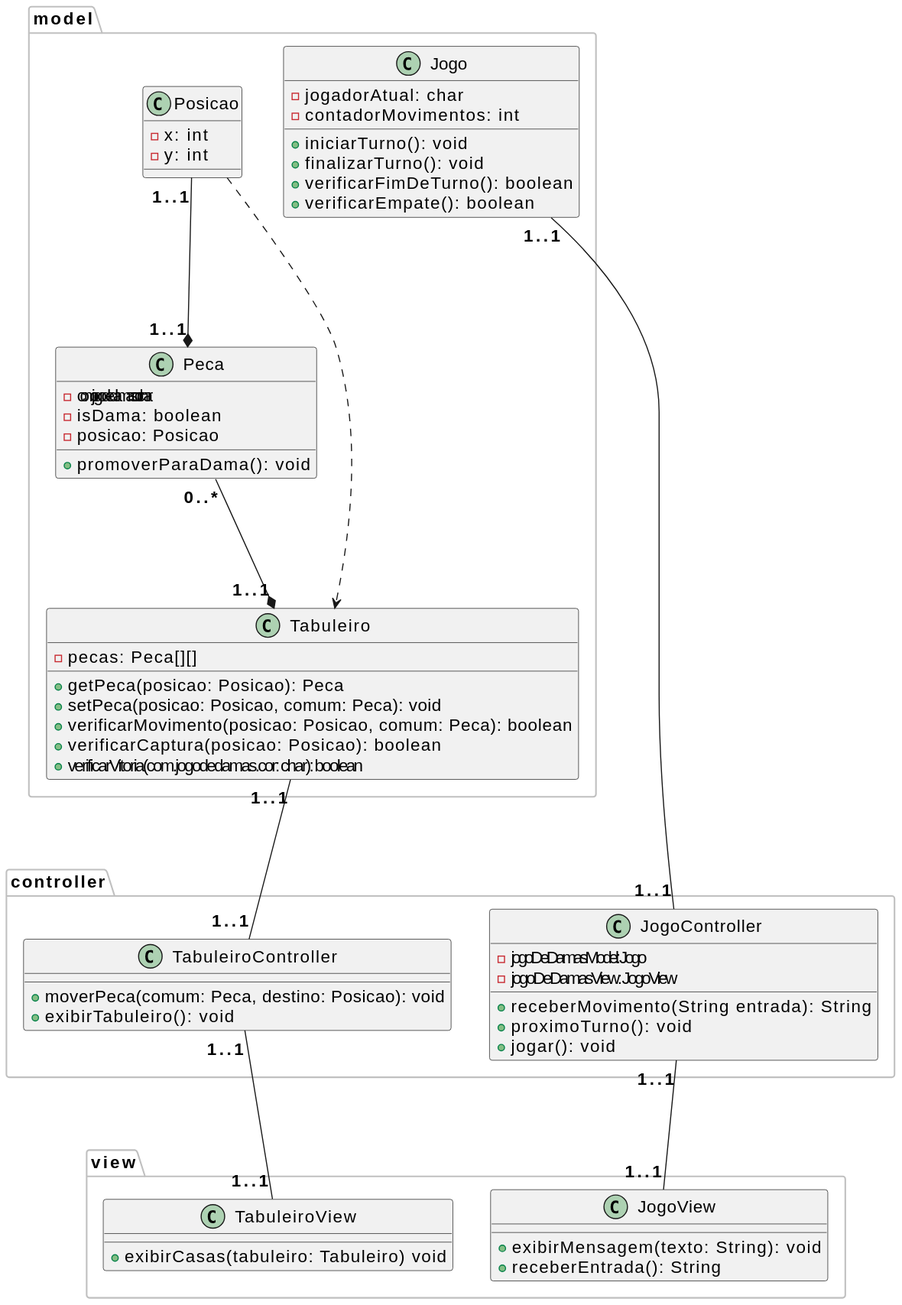
Before: docs/diagrams/out/classes/Classes.svg, a diagram exported from PlantUML (carlos-e-araujo/jogo-de-damas). Its diagram source:
```plantuml
@startuml
skinparam ArrowFontStyle bold
skinparam PackageBorderColor #C0C0C0
skinparam DefaultFontSize 16

package model {
    class Tabuleiro {
        -pecas: Peca[][]

        +getPeca(posicao: Posicao): Peca
        +setPeca(posicao: Posicao, peca: Peca): void
        +verificarMovimento(posicao: Posicao, peca: Peca): boolean
        +verificarCaptura(posicao: Posicao): boolean
        +verificarVitoria(cor: char): boolean
    }

    class Posicao {
        -x: int
        -y: int
    }

    class Peca {
        -cor: char
        -isDama: boolean
        -posicao: Posicao

        +promoverParaDama(): void
    }

    class Jogo {
        -jogadorAtual: char
        -contadorMovimentos: int

        +iniciarTurno(): void
        +finalizarTurno(): void
        +verificarFimDeTurno(): boolean
        +verificarEmpate(): boolean
    }
}

package controller {
    class JogoController {
        -jogoModel: Jogo
        -jogoView: JogoView

        +receberMovimento(String entrada): String
        +proximoTurno(): void
        +jogar(): void
    }

    class TabuleiroController {
        +moverPeca(peca: Peca, destino: Posicao): void
        +exibirTabuleiro(): void
    }
}

package view {
    class TabuleiroView {
        +exibirCasas(tabuleiro: Tabuleiro) void
    }

    class JogoView {
        +exibirMensagem(texto: String): void
        +receberEntrada(): String
    }
}

model.Posicao "1..1" ---* "1..1" model.Peca
model.Peca "0..*" ---* "1..1" model.Tabuleiro
model.Posicao ...> model.Tabuleiro
model.Tabuleiro "1..1" --- "1..1" controller.TabuleiroController
model.Jogo "1..1" --- "1..1" controller.JogoController
controller.TabuleiroController "1..1" --- "1..1" view.TabuleiroView
controller.JogoController "1..1" --- "1..1" view.JogoView
@enduml
```
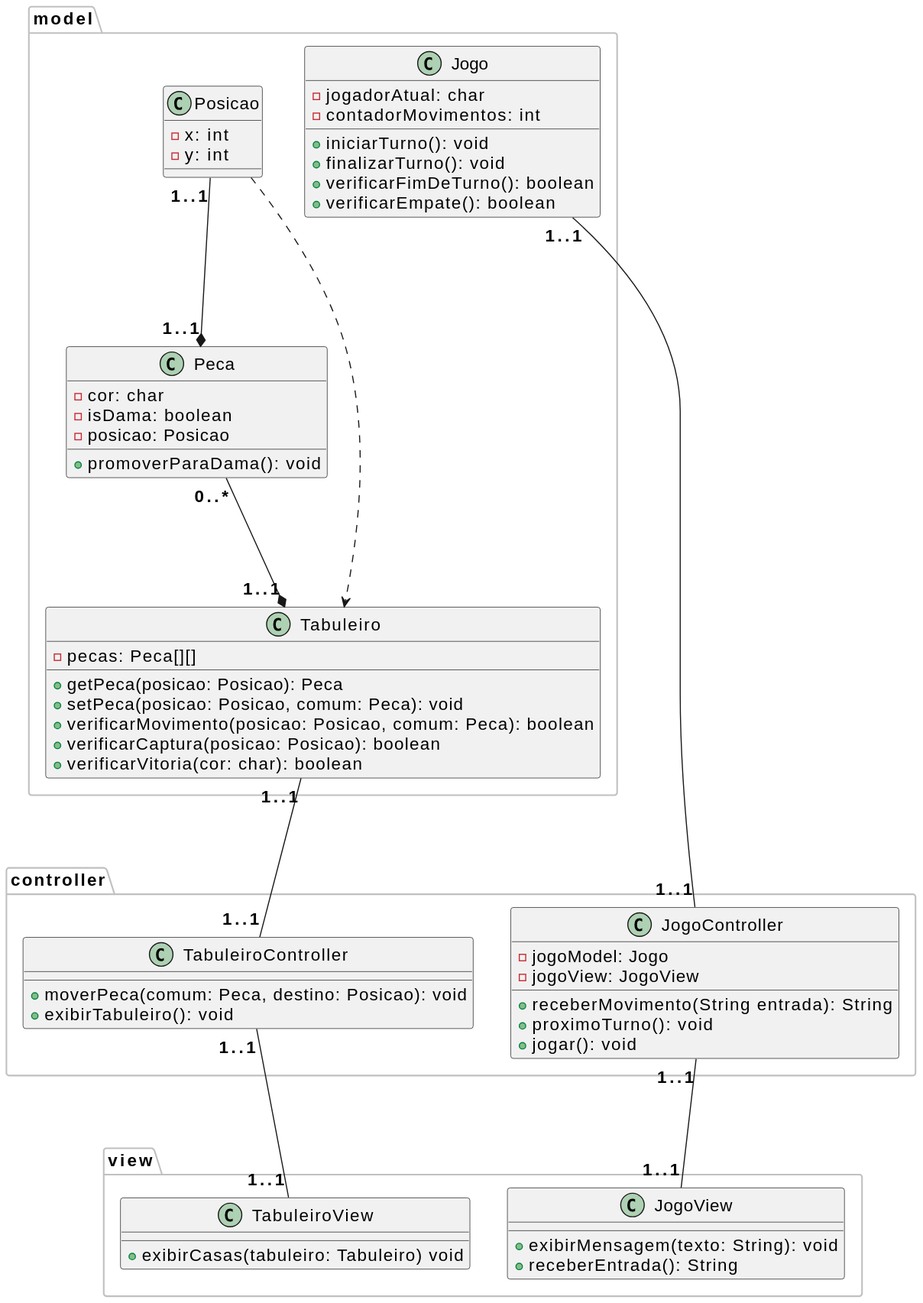
The same diagram one commit later.

Change to the diagram source:
```diff
@@ -8,8 +8,8 @@
         -pecas: Peca[][]
 
         +getPeca(posicao: Posicao): Peca
-        +setPeca(posicao: Posicao, peca: Peca): void
-        +verificarMovimento(posicao: Posicao, peca: Peca): boolean
+        +setPeca(posicao: Posicao, comum: Peca): void
+        +verificarMovimento(posicao: Posicao, comum: Peca): boolean
         +verificarCaptura(posicao: Posicao): boolean
         +verificarVitoria(cor: char): boolean
     }
@@ -49,7 +49,7 @@
     }
 
     class TabuleiroController {
-        +moverPeca(peca: Peca, destino: Posicao): void
+        +moverPeca(comum: Peca, destino: Posicao): void
         +exibirTabuleiro(): void
     }
 }
```
